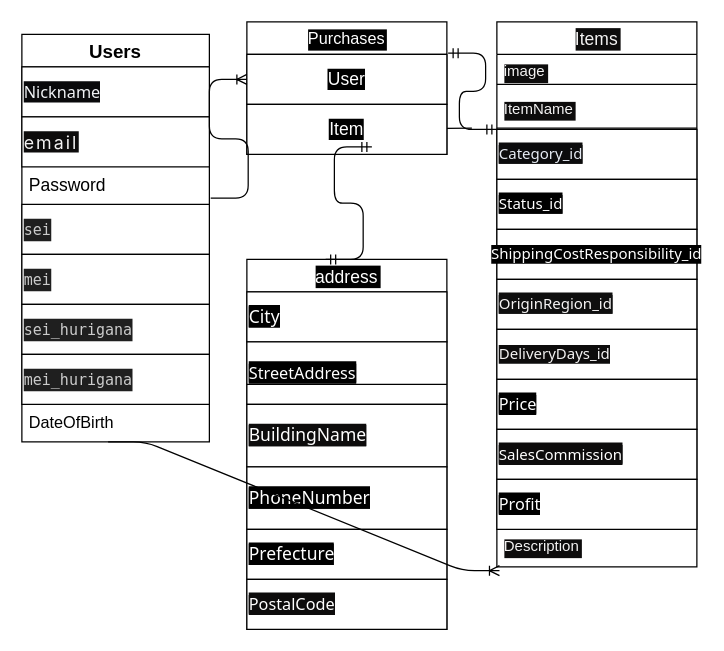
ksffiafjei/furima-39385 keeps this draw.io diagram as test.dio. Above is the earlier version. Source tidied: cells renumbered, new cells numbered last; positions are measured from the earlier drawing's top-left corner, leaving out a move shared by most shapes. Both pictures are drawn from the tidied source at 125%, with x=0, y=0 at pixel (21, 21).
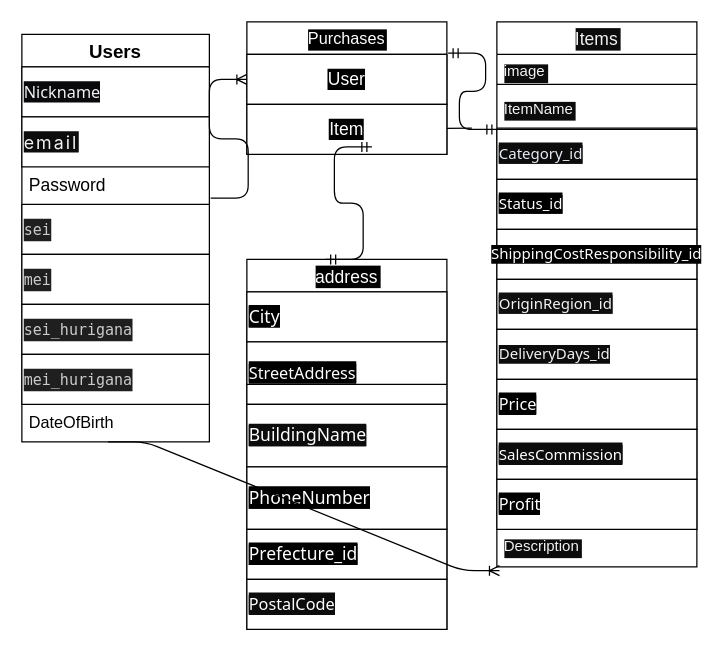
The same diagram, later.

The change refers to these unchanged cells:
```xml
<mxCell id="33" value="address" style="swimlane;fontStyle=0;horizontal=1;startSize=26;align=center;fontSize=14;labelBackgroundColor=#000000;fontColor=#FFFFFF;" parent="1" vertex="1">
  <mxGeometry x="180" y="190" width="160" height="296" as="geometry" />
</mxCell>
```

What changed in the source:
```diff
@@
-    <mxCell id="38" value="&lt;span style=&quot;font-family: Söhne, ui-sans-serif, system-ui, -apple-system, &amp;quot;Segoe UI&amp;quot;, Roboto, Ubuntu, Cantarell, &amp;quot;Noto Sans&amp;quot;, sans-serif, &amp;quot;Helvetica Neue&amp;quot;, Arial, &amp;quot;Apple Color Emoji&amp;quot;, &amp;quot;Segoe UI Emoji&amp;quot;, &amp;quot;Segoe UI Symbol&amp;quot;, &amp;quot;Noto Color Emoji&amp;quot;; background-color: rgb(0, 0, 0);&quot;&gt;&lt;font style=&quot;font-size: 14px;&quot;&gt;Prefecture&lt;/font&gt;&lt;/span&gt;" style="whiteSpace=wrap;html=1;align=left;labelBackgroundColor=#000000;fontSize=13;fontColor=#FFFFFF;" parent="33" vertex="1">
+    <mxCell id="38" value="&lt;span style=&quot;font-family: Söhne, ui-sans-serif, system-ui, -apple-system, &amp;quot;Segoe UI&amp;quot;, Roboto, Ubuntu, Cantarell, &amp;quot;Noto Sans&amp;quot;, sans-serif, &amp;quot;Helvetica Neue&amp;quot;, Arial, &amp;quot;Apple Color Emoji&amp;quot;, &amp;quot;Segoe UI Emoji&amp;quot;, &amp;quot;Segoe UI Symbol&amp;quot;, &amp;quot;Noto Color Emoji&amp;quot;; background-color: rgb(0, 0, 0);&quot;&gt;&lt;font style=&quot;font-size: 14px;&quot;&gt;Prefecture_id&lt;/font&gt;&lt;/span&gt;" style="whiteSpace=wrap;html=1;align=left;labelBackgroundColor=#000000;fontSize=13;fontColor=#FFFFFF;" parent="33" vertex="1">
       <mxGeometry y="216" width="160" height="40" as="geometry" />
     </mxCell>
```
